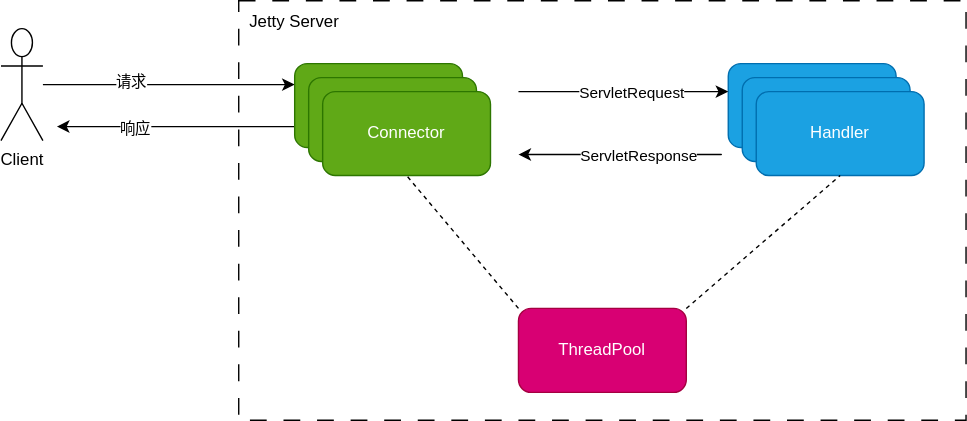
The draw.io diagram Java/Ecosystem/Servlet/img/001-jetty-selector.drawio.svg in Kuangcp/Note, before a commit. Source tidied: cells renumbered, new cells last; positions are measured from the earlier drawing's top-left corner, leaving out a move shared by most shapes. Source of this version:
```xml
<mxGraphModel>
  <root>
    <mxCell id="0" />
    <mxCell id="1" parent="0" />
    <mxCell id="2" style="rounded=0;whiteSpace=wrap;html=1;dashed=1;dashPattern=12 12;fillColor=none;" parent="1" vertex="1">
      <mxGeometry x="170" width="520" height="300" as="geometry" />
    </mxCell>
    <mxCell id="3" style="edgeStyle=none;html=1;entryX=0;entryY=0.25;entryDx=0;entryDy=0;" parent="1" edge="1" source="5" target="9">
      <mxGeometry relative="1" as="geometry" />
    </mxCell>
    <mxCell id="4" value="请求" style="edgeLabel;html=1;align=center;verticalAlign=middle;" parent="3" vertex="1">
      <mxGeometry x="-0.31" y="3" relative="1" as="geometry" />
    </mxCell>
    <mxCell id="5" value="Client" style="shape=umlActor;verticalLabelPosition=bottom;verticalAlign=top;html=1;outlineConnect=0;strokeColor=default;fillColor=none;" parent="1" vertex="1">
      <mxGeometry y="20" width="30" height="80" as="geometry" />
    </mxCell>
    <mxCell id="6" value="Jetty Server" style="text;html=1;strokeColor=none;fillColor=none;align=center;verticalAlign=middle;whiteSpace=wrap;rounded=0;" parent="1" vertex="1">
      <mxGeometry x="170" width="80" height="30" as="geometry" />
    </mxCell>
    <mxCell id="7" style="edgeStyle=none;html=1;exitX=0;exitY=0.75;exitDx=0;exitDy=0;" parent="1" edge="1" source="9">
      <mxGeometry relative="1" as="geometry">
        <mxPoint x="40" y="90" as="targetPoint" />
      </mxGeometry>
    </mxCell>
    <mxCell id="8" value="响应" style="edgeLabel;html=1;align=center;verticalAlign=middle;" parent="7" vertex="1">
      <mxGeometry x="0.35" y="1" relative="1" as="geometry" />
    </mxCell>
    <mxCell id="9" value="Connector" style="rounded=1;whiteSpace=wrap;html=1;fillColor=#60a917;strokeColor=#2D7600;fontColor=#ffffff;" parent="1" vertex="1">
      <mxGeometry x="210" y="45" width="120" height="60" as="geometry" />
    </mxCell>
    <mxCell id="10" value="Handler" style="rounded=1;whiteSpace=wrap;html=1;fillColor=#1ba1e2;fontColor=#ffffff;strokeColor=#006EAF;" parent="1" vertex="1">
      <mxGeometry x="520" y="45" width="120" height="60" as="geometry" />
    </mxCell>
    <mxCell id="11" value="ThreadPool" style="rounded=1;whiteSpace=wrap;html=1;fillColor=#d80073;fontColor=#ffffff;strokeColor=#A50040;" parent="1" vertex="1">
      <mxGeometry x="370" y="220" width="120" height="60" as="geometry" />
    </mxCell>
    <mxCell id="12" value="Connector" style="rounded=1;whiteSpace=wrap;html=1;fillColor=#60a917;strokeColor=#2D7600;fontColor=#ffffff;" parent="1" vertex="1">
      <mxGeometry x="220" y="55" width="120" height="60" as="geometry" />
    </mxCell>
    <mxCell id="13" value="Connector" style="rounded=1;whiteSpace=wrap;html=1;fillColor=#60a917;strokeColor=#2D7600;fontColor=#ffffff;" parent="1" vertex="1">
      <mxGeometry x="230" y="65" width="120" height="60" as="geometry" />
    </mxCell>
    <mxCell id="14" value="Handler" style="rounded=1;whiteSpace=wrap;html=1;fillColor=#1ba1e2;fontColor=#ffffff;strokeColor=#006EAF;" parent="1" vertex="1">
      <mxGeometry x="530" y="55" width="120" height="60" as="geometry" />
    </mxCell>
    <mxCell id="15" value="Handler" style="rounded=1;whiteSpace=wrap;html=1;fillColor=#1ba1e2;fontColor=#ffffff;strokeColor=#006EAF;" parent="1" vertex="1">
      <mxGeometry x="540" y="65" width="120" height="60" as="geometry" />
    </mxCell>
    <mxCell id="16" style="endArrow=classic;html=1;" parent="1" edge="1">
      <mxGeometry relative="1" as="geometry">
        <mxPoint x="370" y="65" as="sourcePoint" />
        <mxPoint x="520" y="65" as="targetPoint" />
        <Array as="points">
          <mxPoint x="470" y="65" />
        </Array>
      </mxGeometry>
    </mxCell>
    <mxCell id="17" value="ServletRequest" style="edgeLabel;html=1;align=center;verticalAlign=middle;" parent="16" vertex="1">
      <mxGeometry x="-0.2" relative="1" as="geometry">
        <mxPoint x="20" as="offset" />
      </mxGeometry>
    </mxCell>
    <mxCell id="18" style="endArrow=classic;html=1;" parent="1" edge="1">
      <mxGeometry relative="1" as="geometry">
        <mxPoint x="400" y="110" as="sourcePoint" />
        <mxPoint x="370" y="110" as="targetPoint" />
        <Array as="points">
          <mxPoint x="520" y="110" />
        </Array>
      </mxGeometry>
    </mxCell>
    <mxCell id="19" value="ServletResponse" style="edgeLabel;html=1;align=center;verticalAlign=middle;" parent="18" vertex="1">
      <mxGeometry x="0.37" relative="1" as="geometry" />
    </mxCell>
    <mxCell id="20" style="endArrow=none;dashed=1;html=1;entryX=0.5;entryY=1;entryDx=0;entryDy=0;exitX=0;exitY=0;exitDx=0;exitDy=0;" parent="1" edge="1" source="11" target="13">
      <mxGeometry relative="1" as="geometry" />
    </mxCell>
    <mxCell id="21" style="endArrow=none;dashed=1;html=1;entryX=0.5;entryY=1;entryDx=0;entryDy=0;exitX=1;exitY=0;exitDx=0;exitDy=0;" parent="1" edge="1" source="11" target="15">
      <mxGeometry relative="1" as="geometry" />
    </mxCell>
  </root>
</mxGraphModel>
```
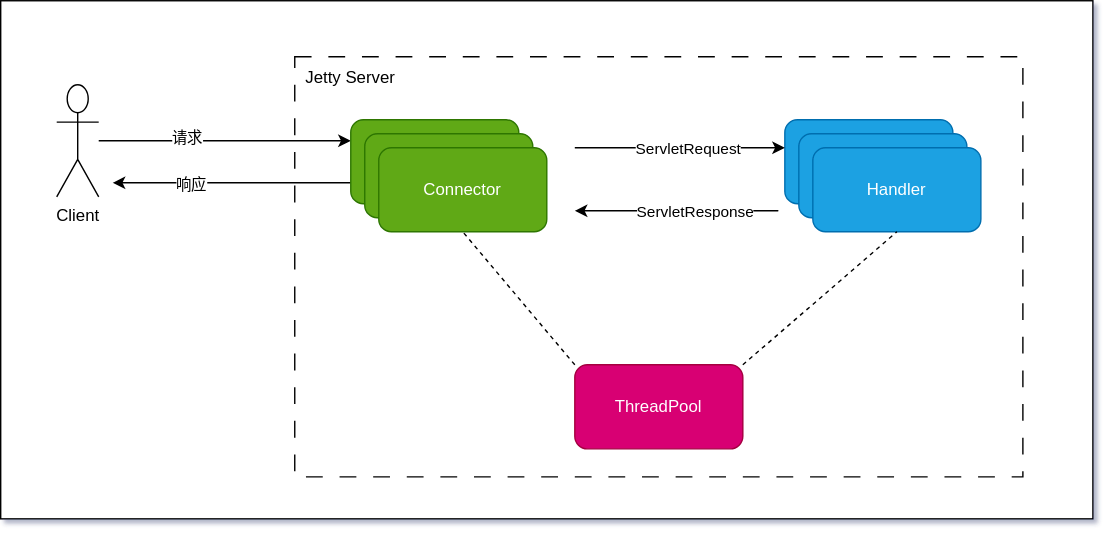
Above is the later version.

What changed in the source:
```diff
@@ -1,8 +1,11 @@
-<mxGraphModel>
+<mxGraphModel shadow="1">
   <root>
     <mxCell id="0" />
     <mxCell id="1" parent="0" />
+    <mxCell id="22" style="rounded=0;whiteSpace=wrap;html=1;fillColor=default;" parent="1" vertex="1">
+      <mxGeometry x="-40" y="-40" width="780" height="370" as="geometry" />
+    </mxCell>
-    <mxCell id="2" style="rounded=0;whiteSpace=wrap;html=1;dashed=1;dashPattern=12 12;fillColor=none;" parent="1" vertex="1">
+    <mxCell id="2" style="rounded=0;whiteSpace=wrap;html=1;dashed=1;dashPattern=12 12;fillColor=default;strokeColor=default;" parent="1" vertex="1">
       <mxGeometry x="170" width="520" height="300" as="geometry" />
     </mxCell>
     <mxCell id="3" style="edgeStyle=none;html=1;entryX=0;entryY=0.25;entryDx=0;entryDy=0;" parent="1" edge="1" source="5" target="9">
```
